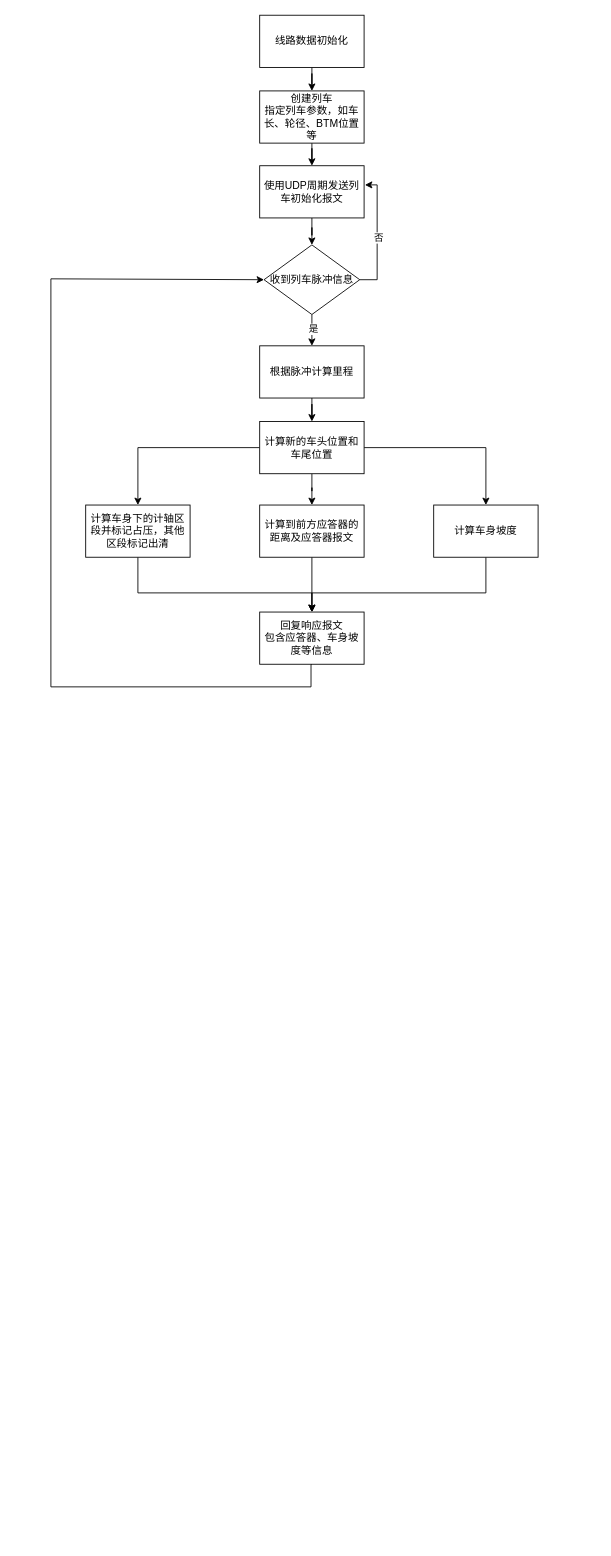
Above: Trackside-And-Train-Communicaiton.drawio in how-chwong/nug (draw.io), before the change. Source tidied: cells renumbered, new cells numbered last; positions are measured from the earlier drawing's top-left corner, leaving out a move shared by most shapes. Both pictures are drawn from the tidied source at 87%, with x=0, y=0 at pixel (50, 15).
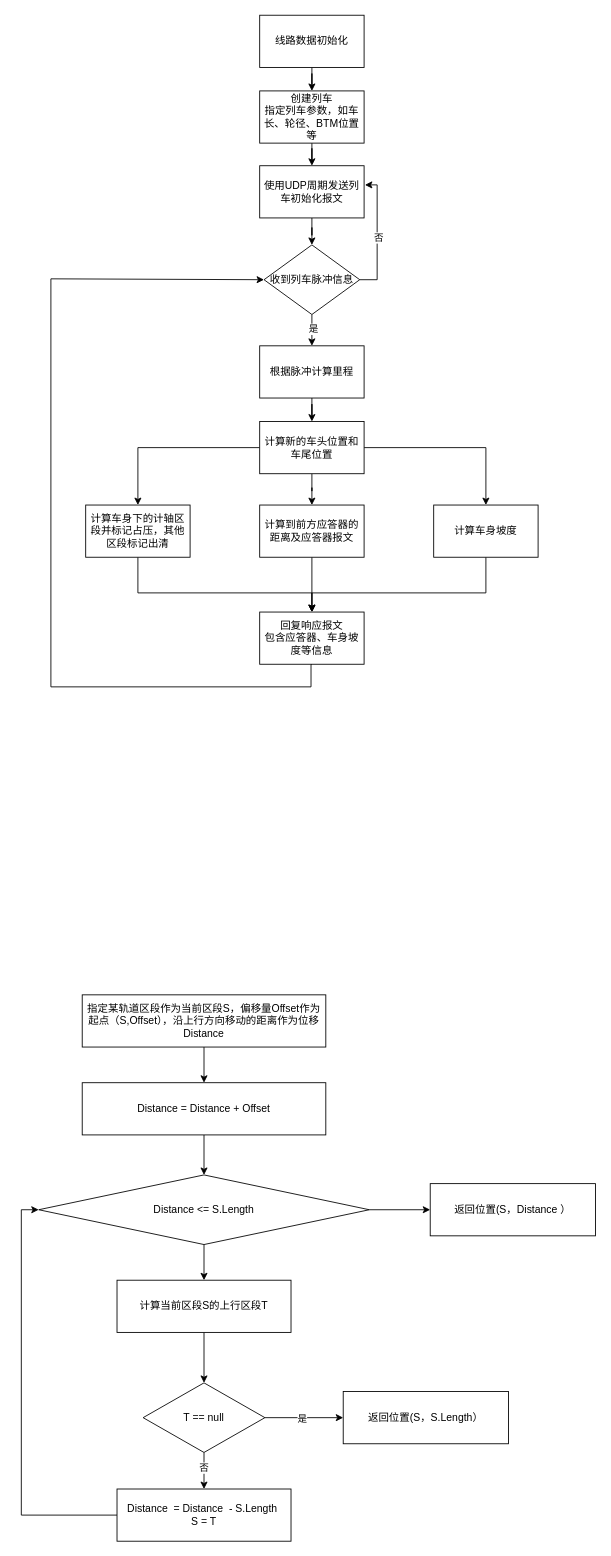
The same page after the edit.

Change to the diagram source:
```diff
@@
+    <mxCell id="27" style="edgeStyle=orthogonalEdgeStyle;rounded=0;jettySize=auto;html=1;" parent="1" edge="1" source="28" target="44">
+      <mxGeometry relative="1" as="geometry" />
+    </mxCell>
+    <mxCell id="28" value="指定某轨道区段作为当前区段S，偏移量Offset作为起点（S,Offset），沿上行方向移动的距离作为位移Distance" style="rounded=0;whiteSpace=wrap;html=1;" parent="1" vertex="1">
+      <mxGeometry x="36" y="1126" width="280" height="60" as="geometry" />
+    </mxCell>
+    <mxCell id="29" style="edgeStyle=orthogonalEdgeStyle;rounded=0;jettySize=auto;html=1;" parent="1" edge="1" source="31" target="33">
+      <mxGeometry relative="1" as="geometry" />
+    </mxCell>
+    <mxCell id="30" style="edgeStyle=orthogonalEdgeStyle;rounded=0;jettySize=auto;html=1;" parent="1" edge="1" source="31" target="34">
+      <mxGeometry relative="1" as="geometry" />
+    </mxCell>
+    <mxCell id="31" value="Distance &amp;lt;= S.Length" style="rhombus;whiteSpace=wrap;html=1;rounded=0;" parent="1" vertex="1">
+      <mxGeometry x="-14" y="1333" width="380" height="80" as="geometry" />
+    </mxCell>
+    <mxCell id="32" style="edgeStyle=orthogonalEdgeStyle;rounded=0;jettySize=auto;html=1;" parent="1" edge="1" source="33" target="39">
+      <mxGeometry relative="1" as="geometry" />
+    </mxCell>
+    <mxCell id="33" value="计算当前区段S的上行区段T" style="whiteSpace=wrap;html=1;rounded=0;" parent="1" vertex="1">
+      <mxGeometry x="76" y="1454" width="200" height="60" as="geometry" />
+    </mxCell>
+    <mxCell id="34" value="返回位置(S，Distance ）" style="whiteSpace=wrap;html=1;rounded=0;" parent="1" vertex="1">
+      <mxGeometry x="436" y="1343" width="190" height="60" as="geometry" />
+    </mxCell>
+    <mxCell id="35" style="edgeStyle=orthogonalEdgeStyle;rounded=0;jettySize=auto;html=1;" parent="1" edge="1" source="39" target="40">
+      <mxGeometry relative="1" as="geometry" />
+    </mxCell>
+    <mxCell id="36" value="是" style="edgeLabel;html=1;align=center;verticalAlign=middle;" parent="35" vertex="1">
+      <mxGeometry x="-0.07" relative="1" as="geometry" />
+    </mxCell>
+    <mxCell id="37" style="edgeStyle=orthogonalEdgeStyle;rounded=0;jettySize=auto;html=1;" parent="1" edge="1" source="39" target="42">
+      <mxGeometry relative="1" as="geometry" />
+    </mxCell>
+    <mxCell id="38" value="否" style="edgeLabel;html=1;align=center;verticalAlign=middle;" parent="37" vertex="1">
+      <mxGeometry x="-0.19" y="-1" relative="1" as="geometry" />
+    </mxCell>
+    <mxCell id="39" value="T == null" style="rhombus;whiteSpace=wrap;html=1;rounded=0;" parent="1" vertex="1">
+      <mxGeometry x="106" y="1572" width="140" height="80" as="geometry" />
+    </mxCell>
+    <mxCell id="40" value="返回位置(S，S.Length）" style="whiteSpace=wrap;html=1;rounded=0;" parent="1" vertex="1">
+      <mxGeometry x="336" y="1582" width="190" height="60" as="geometry" />
+    </mxCell>
+    <mxCell id="41" style="edgeStyle=orthogonalEdgeStyle;rounded=0;jettySize=auto;html=1;entryX=0;entryY=0.5;entryDx=0;entryDy=0;" parent="1" edge="1" source="42" target="31">
+      <mxGeometry relative="1" as="geometry">
+        <Array as="points">
+          <mxPoint x="-34" y="1724" />
+          <mxPoint x="-34" y="1373" />
+        </Array>
+      </mxGeometry>
+    </mxCell>
+    <mxCell id="42" value="Distance&amp;nbsp; = Distance&amp;nbsp; - S.Length&amp;nbsp;&lt;div&gt;S = T&lt;/div&gt;" style="whiteSpace=wrap;html=1;rounded=0;" parent="1" vertex="1">
+      <mxGeometry x="76" y="1694" width="200" height="60" as="geometry" />
+    </mxCell>
+    <mxCell id="43" style="edgeStyle=orthogonalEdgeStyle;rounded=0;jettySize=auto;html=1;entryX=0.5;entryY=0;entryDx=0;entryDy=0;" parent="1" edge="1" source="44" target="31">
+      <mxGeometry relative="1" as="geometry" />
+    </mxCell>
+    <mxCell id="44" value="Distance = Distance + Offset" style="rounded=0;whiteSpace=wrap;html=1;" parent="1" vertex="1">
+      <mxGeometry x="36" y="1227" width="280" height="60" as="geometry" />
+    </mxCell>
```
